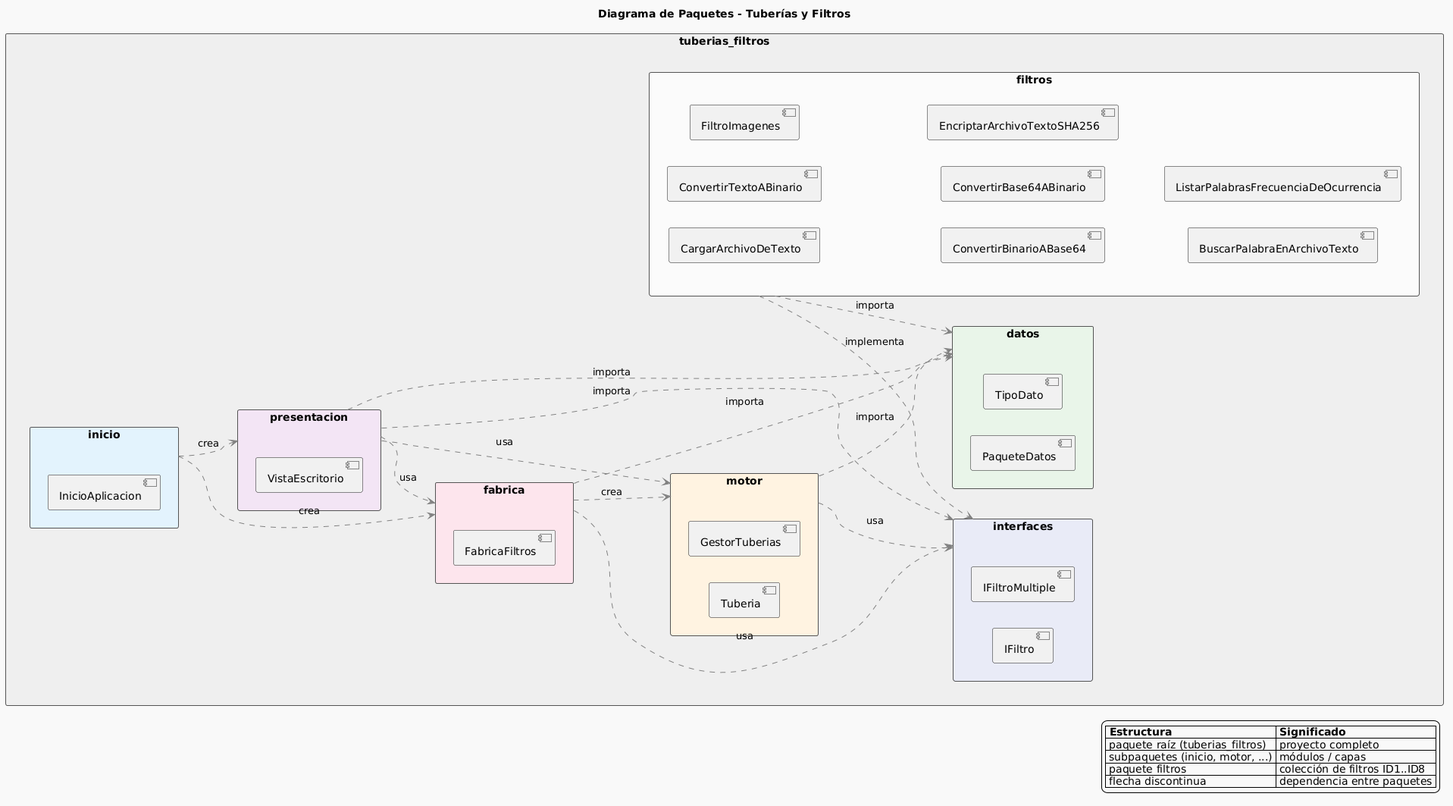
Before: Diagramas/Diagrama_Paquetes.png, a diagram exported from PlantUML (rafad8604/FiltrosTuberiasArquitectura).
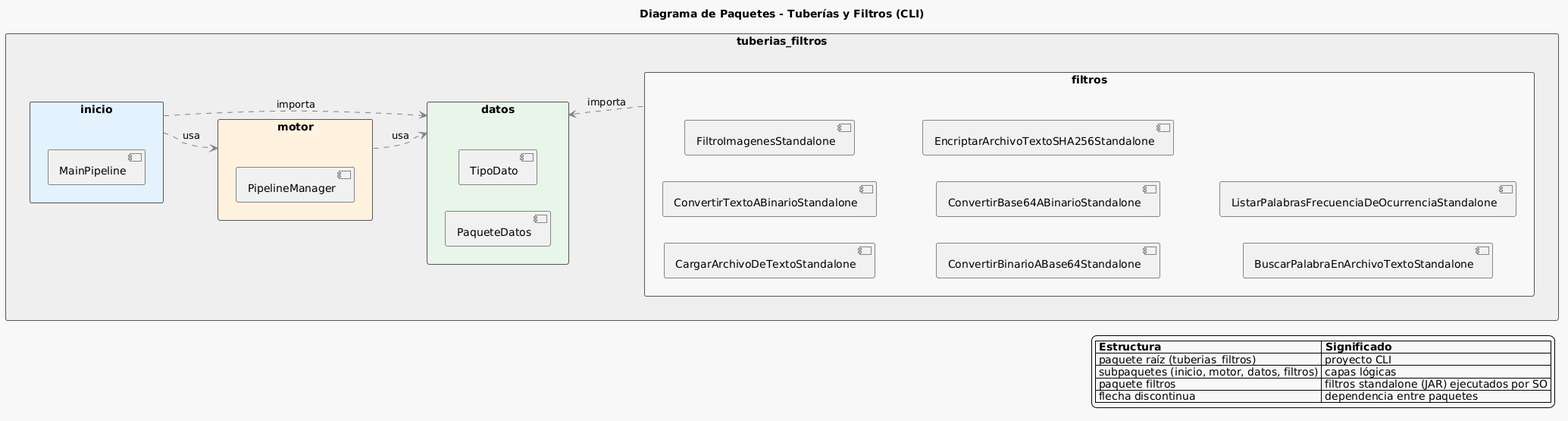
After the change.

Change to the diagram source:
```diff
@@ -1,6 +1,6 @@
 @startuml
 
-title Diagrama de Paquetes - Tuberías y Filtros
+title Diagrama de Paquetes - Tuberías y Filtros (CLI)
 
 left to right direction
 
@@ -21,25 +21,11 @@
 package "tuberias_filtros" {
 
   package "inicio" #E3F2FD {
-    [InicioAplicacion]
-  }
-
-  package "presentacion" #F3E5F5 {
-    [VistaEscritorio]
-  }
-
-  package "fabrica" #FCE4EC {
-    [FabricaFiltros]
+    [MainPipeline]
   }
 
   package "motor" #FFF3E0 {
-    [Tuberia]
-    [GestorTuberias]
-  }
-
-  package "interfaces" #E8EAF6 {
-    [IFiltro]
-    [IFiltroMultiple]
+    [PipelineManager]
   }
 
   package "datos" #E8F5E9 {
@@ -48,47 +34,33 @@
   }
 
   package "filtros" #FAFAFA {
-    [CargarArchivoDeTexto]
-    [ConvertirTextoABinario]
-    [FiltroImagenes]
-    [ConvertirBinarioABase64]
-    [ConvertirBase64ABinario]
-    [EncriptarArchivoTextoSHA256]
-    [BuscarPalabraEnArchivoTexto]
-    [ListarPalabrasFrecuenciaDeOcurrencia]
+    [CargarArchivoDeTextoStandalone]
+    [ConvertirTextoABinarioStandalone]
+    [FiltroImagenesStandalone]
+    [ConvertirBinarioABase64Standalone]
+    [ConvertirBase64ABinarioStandalone]
+    [EncriptarArchivoTextoSHA256Standalone]
+    [BuscarPalabraEnArchivoTextoStandalone]
+    [ListarPalabrasFrecuenciaDeOcurrenciaStandalone]
   }
 }
 
-inicio -[#gray;dashed]-> presentacion : «crea»
-inicio -[#gray;dashed]-> fabrica      : «crea»
+inicio -[#gray;dashed]-> motor        : «usa»
+inicio -[#gray;dashed]-> datos        : «importa»
 
-presentacion -[#gray;dashed]-> fabrica      : «usa»
-presentacion -[#gray;dashed]-> motor        : «usa»
-presentacion -[#gray;dashed]-> interfaces   : «importa»
-presentacion -[#gray;dashed]-> datos        : «importa»
+motor -[#gray;dashed]-> datos         : «usa»
 
-fabrica -[#gray;dashed]-> motor        : «crea»
-fabrica -[#gray;dashed]-> interfaces   : «usa»
-fabrica -[#gray;dashed]-> datos        : «importa»
-
-motor -[#gray;dashed]-> interfaces     : «usa»
-motor -[#gray;dashed]-> datos          : «importa»
-
-filtros -[#gray;dashed]-> interfaces   : «implementa»
 filtros -[#gray;dashed]-> datos        : «importa»
 
-inicio -[hidden]-> presentacion
-presentacion -[hidden]-> fabrica
-fabrica -[hidden]-> motor
-motor -[hidden]-> interfaces
-interfaces -[hidden]-> datos
+inicio -[hidden]-> motor
+motor -[hidden]-> datos
 datos -[hidden]-> filtros
 
 legend right
 |= Estructura |= Significado |
-| paquete raíz (tuberias_filtros) | proyecto completo |
-| subpaquetes (inicio, motor, ...) | módulos / capas |
-| paquete filtros | colección de filtros ID1..ID8 |
+| paquete raíz (tuberias_filtros) | proyecto CLI |
+| subpaquetes (inicio, motor, datos, filtros) | capas lógicas |
+| paquete filtros | filtros standalone (JAR) ejecutados por SO |
 | flecha discontinua | dependencia entre paquetes |
 end legend
 @enduml
```
